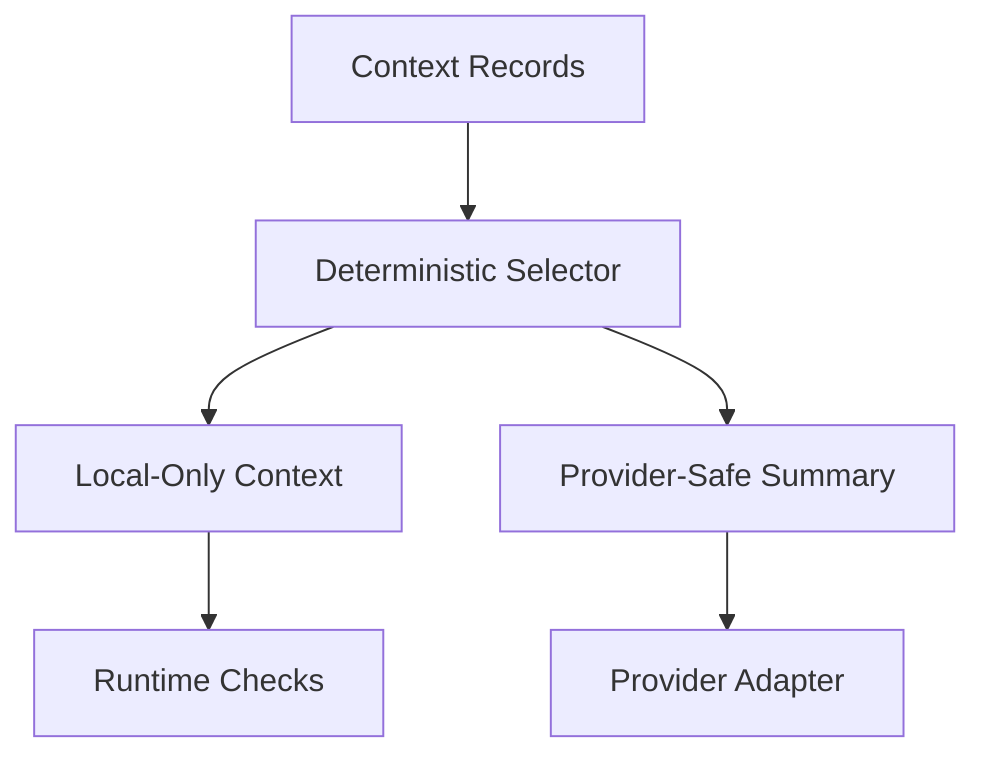
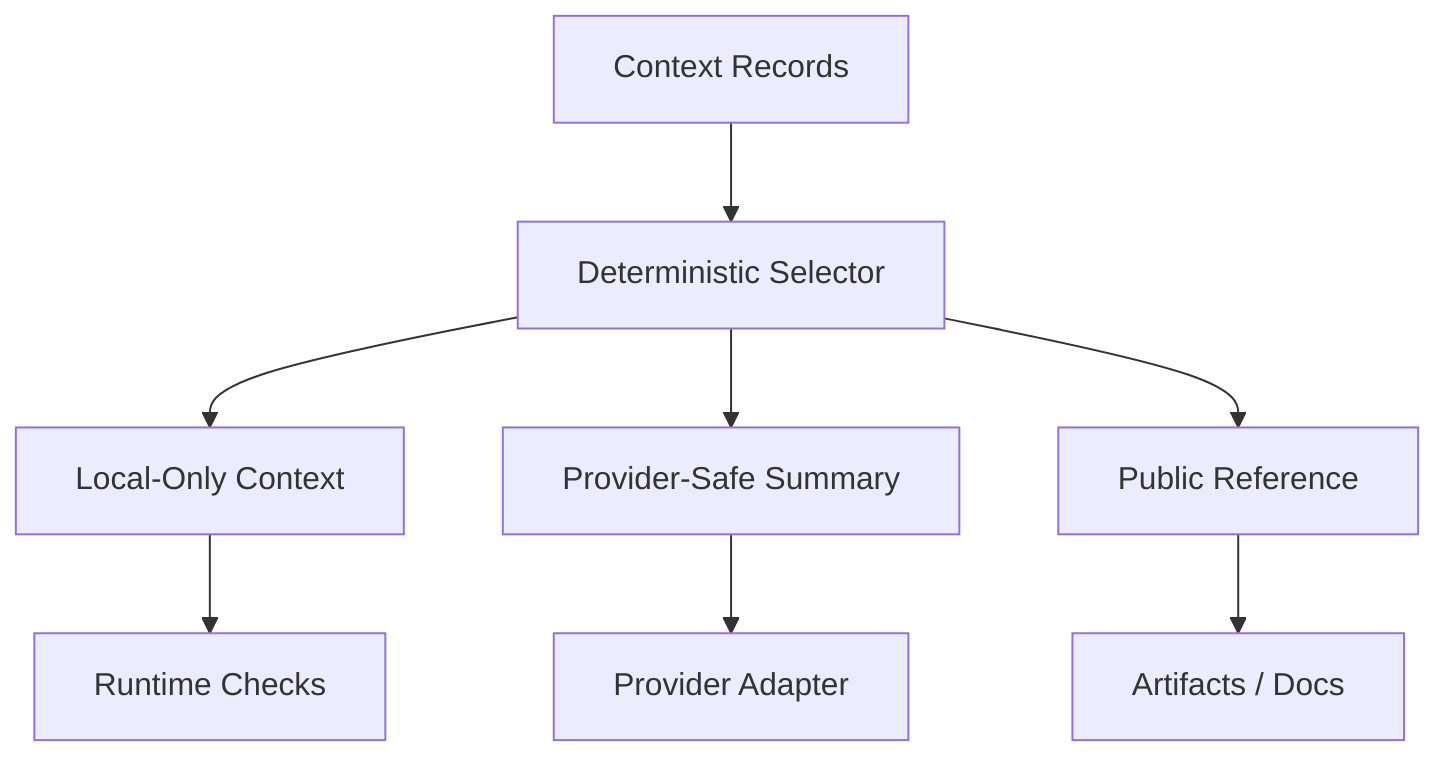
%% deterministic-agent-runtime-architecture
%% Copyright (c) 2026 Stefan Len
%% SPDX-License-Identifier: MIT

flowchart TD
    Records["Context Records"] --> Selector["Deterministic Selector"]
    Selector --> Local["Local-Only Context"]
    Selector --> Safe["Provider-Safe Summary"]
+     Selector --> Public["Public Reference"]
    Safe --> Provider["Provider Adapter"]
+     Public --> Artifacts["Artifacts / Docs"]
    Local --> Runtime["Runtime Checks"]
